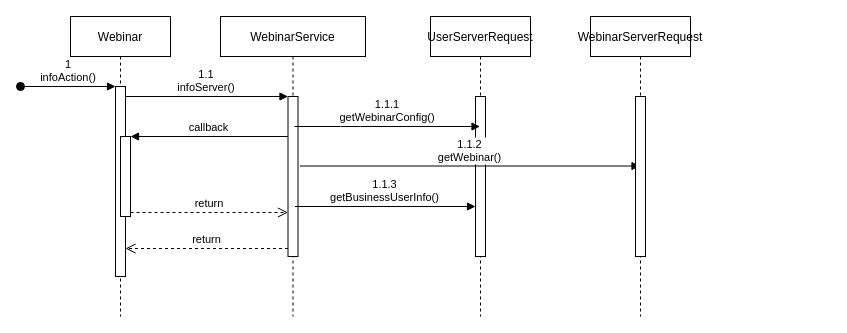
Above: webnar-info.drawio in cnhnnyzhy/my-repository (draw.io), before the change. Source tidied: cells renumbered, new cells numbered last; positions are measured from the earlier drawing's top-left corner, leaving out a move shared by most shapes. Both pictures are drawn from the tidied source at 100%, with x=0, y=0 at pixel (20, 16).
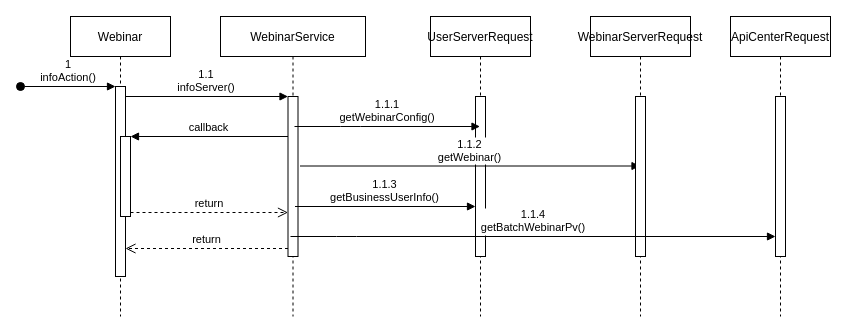
The same diagram, later.

The edit, as a diff of the source:
```diff
@@
+    <mxCell id="19" value="ApiCenterRequest" style="shape=umlLifeline;perimeter=lifelinePerimeter;rounded=0;shadow=0;strokeWidth=1;" parent="1" vertex="1">
+      <mxGeometry x="710" width="100" height="300" as="geometry" />
+    </mxCell>
+    <mxCell id="20" style="points=[];perimeter=orthogonalPerimeter;rounded=0;shadow=0;strokeWidth=1;" parent="19" vertex="1">
+      <mxGeometry x="45" y="80" width="10" height="160" as="geometry" />
+    </mxCell>
+    <mxCell id="21" value="1.1.4&#10;getBatchWebinarPv()" style="verticalAlign=bottom;endArrow=block;shadow=0;strokeWidth=1;" parent="1" edge="1" target="20">
+      <mxGeometry relative="1" as="geometry">
+        <mxPoint x="270" y="220" as="sourcePoint" />
+        <Array as="points">
+          <mxPoint x="326" y="220" />
+        </Array>
+      </mxGeometry>
+    </mxCell>
```
